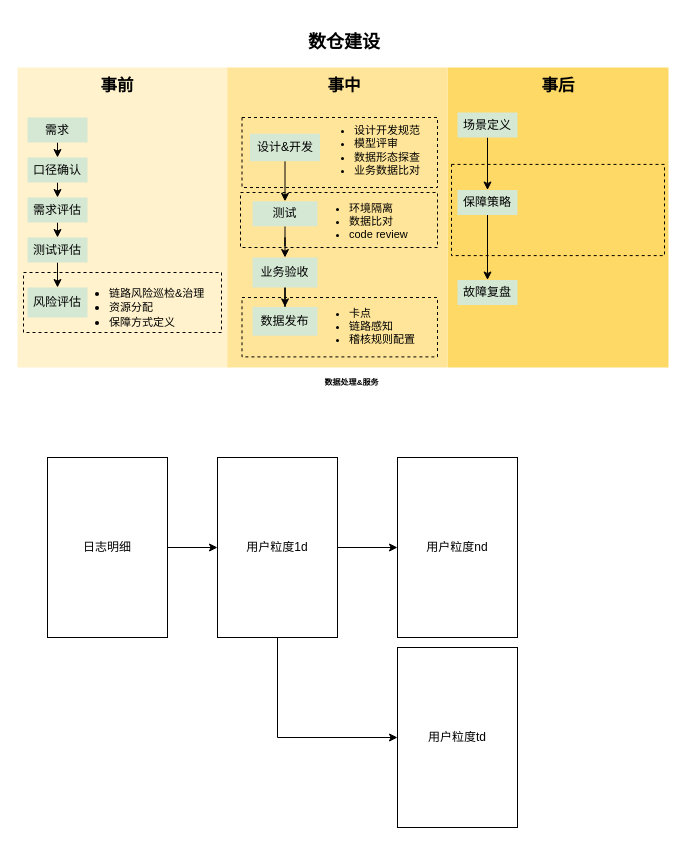
Above: yx流量模型治理.drawio in mineminemine123/work-wiki (draw.io), before the change. Source tidied: cells renumbered, new cells numbered last; positions are measured from the earlier drawing's top-left corner, leaving out a move shared by most shapes. Both pictures are drawn from the tidied source at 100%, with x=0, y=0 at pixel (17, 27).
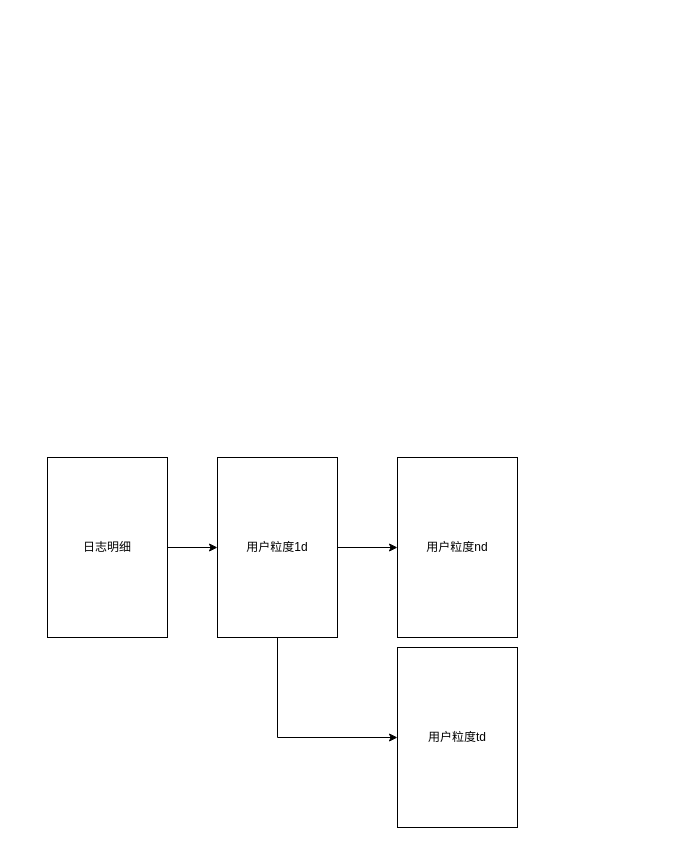
After the change.

Commit message:
更新yx流量模型治理.drawio

What changed in the source:
```diff
@@
-    <mxCell id="9" style="rounded=0;whiteSpace=wrap;html=1;dashed=1;fontSize=11;strokeColor=none;fillColor=#FFD966;fontColor=#1A1A1A;" parent="1" vertex="1">
-      <mxGeometry x="430" y="40" width="221" height="300" as="geometry" />
-    </mxCell>
-    <mxCell id="10" style="rounded=0;whiteSpace=wrap;html=1;dashed=1;fontSize=11;strokeColor=none;fillColor=#FFE599;fontColor=#1A1A1A;" parent="1" vertex="1">
-      <mxGeometry x="209" y="40" width="221" height="300" as="geometry" />
-    </mxCell>
-    <mxCell id="11" style="rounded=0;whiteSpace=wrap;html=1;dashed=1;fontSize=11;strokeColor=none;fillColor=#FFF2CC;fontColor=#1A1A1A;" parent="1" vertex="1">
-      <mxGeometry y="40" width="210" height="300" as="geometry" />
-    </mxCell>
-    <mxCell id="12" style="rounded=0;whiteSpace=wrap;html=1;dashed=1;fontSize=11;strokeColor=default;fillColor=none;" parent="1" vertex="1">
-      <mxGeometry x="223" y="165" width="197" height="55" as="geometry" />
-    </mxCell>
-    <mxCell id="13" value="&lt;h6&gt;数据处理&amp;amp;服务&lt;/h6&gt;" style="text;html=1;strokeColor=none;fillColor=none;align=center;verticalAlign=middle;whiteSpace=wrap;rounded=0;fontFamily=微软雅黑;" parent="1" vertex="1">
-      <mxGeometry x="256.5" y="340" width="155" height="30" as="geometry" />
-    </mxCell>
-    <mxCell id="14" value="&lt;h2&gt;数仓建设&lt;/h2&gt;" style="text;html=1;strokeColor=none;fillColor=none;align=center;verticalAlign=middle;whiteSpace=wrap;rounded=0;dashed=1;fontStyle=1;" parent="1" vertex="1">
-      <mxGeometry x="256.5" width="140" height="30" as="geometry" />
-    </mxCell>
-    <mxCell id="15" style="edgeStyle=orthogonalEdgeStyle;rounded=0;jettySize=auto;html=1;exitX=0.5;exitY=1;exitDx=0;exitDy=0;entryX=0.5;entryY=0;entryDx=0;entryDy=0;fillColor=#CC6600;" parent="1" edge="1" source="16" target="18">
-      <mxGeometry relative="1" as="geometry" />
-    </mxCell>
-    <mxCell id="16" value="口径确认" style="rounded=0;whiteSpace=wrap;html=1;strokeColor=none;fillColor=#D5E8D4;" parent="1" vertex="1">
-      <mxGeometry x="10" y="130" width="60" height="25" as="geometry" />
-    </mxCell>
-    <mxCell id="17" style="edgeStyle=orthogonalEdgeStyle;rounded=0;jettySize=auto;html=1;exitX=0.5;exitY=1;exitDx=0;exitDy=0;entryX=0.5;entryY=0;entryDx=0;entryDy=0;fontSize=11;fillColor=#CC6600;" parent="1" edge="1" source="18" target="20">
-      <mxGeometry relative="1" as="geometry" />
-    </mxCell>
-    <mxCell id="18" value="需求评估" style="rounded=0;whiteSpace=wrap;html=1;strokeColor=none;fillColor=#D5E8D4;" parent="1" vertex="1">
-      <mxGeometry x="10" y="170" width="60" height="25" as="geometry" />
-    </mxCell>
-    <mxCell id="19" style="edgeStyle=orthogonalEdgeStyle;rounded=0;jettySize=auto;html=1;exitX=0.5;exitY=1;exitDx=0;exitDy=0;fontFamily=微软雅黑;fontSize=11;fontColor=#000000;strokeColor=#000000;fillColor=#FFCC99;" parent="1" edge="1" source="20" target="46">
-      <mxGeometry relative="1" as="geometry" />
-    </mxCell>
-    <mxCell id="20" value="测试评估" style="rounded=0;whiteSpace=wrap;html=1;strokeColor=none;fillColor=#D5E8D4;" parent="1" vertex="1">
-      <mxGeometry x="10" y="210" width="60" height="25" as="geometry" />
-    </mxCell>
-    <mxCell id="21" style="edgeStyle=orthogonalEdgeStyle;rounded=0;jettySize=auto;html=1;exitX=0.5;exitY=1;exitDx=0;exitDy=0;entryX=0.5;entryY=0;entryDx=0;entryDy=0;fillColor=#CC6600;" parent="1" edge="1" source="22" target="16">
-      <mxGeometry relative="1" as="geometry" />
-    </mxCell>
-    <mxCell id="22" value="需求" style="rounded=0;whiteSpace=wrap;html=1;strokeColor=none;fillColor=#D5E8D4;" parent="1" vertex="1">
-      <mxGeometry x="10" y="90" width="60" height="25" as="geometry" />
-    </mxCell>
-    <mxCell id="23" style="edgeStyle=orthogonalEdgeStyle;rounded=0;jettySize=auto;html=1;exitX=0.5;exitY=1;exitDx=0;exitDy=0;fontSize=11;fillColor=#CC6600;" parent="1" edge="1" source="24" target="26">
-      <mxGeometry relative="1" as="geometry" />
-    </mxCell>
-    <mxCell id="24" value="测试" style="rounded=0;whiteSpace=wrap;html=1;strokeColor=none;fillColor=#D5E8D4;" parent="1" vertex="1">
-      <mxGeometry x="235" y="173.8" width="65" height="25" as="geometry" />
-    </mxCell>
-    <mxCell id="25" style="edgeStyle=orthogonalEdgeStyle;rounded=0;jettySize=auto;html=1;exitX=0.5;exitY=1;exitDx=0;exitDy=0;fontSize=11;fillColor=#CC6600;" parent="1" edge="1" source="26" target="27">
-      <mxGeometry relative="1" as="geometry" />
-    </mxCell>
-    <mxCell id="26" value="业务验收" style="rounded=0;whiteSpace=wrap;html=1;strokeColor=none;fillColor=#D5E8D4;" parent="1" vertex="1">
-      <mxGeometry x="235" y="230" width="65" height="30" as="geometry" />
-    </mxCell>
-    <mxCell id="27" value="数据发布" style="rounded=0;whiteSpace=wrap;html=1;strokeColor=none;fillColor=#D5E8D4;" parent="1" vertex="1">
-      <mxGeometry x="235" y="279.4" width="65" height="28.8" as="geometry" />
-    </mxCell>
-    <mxCell id="28" value="&lt;ul&gt;&lt;li&gt;环境隔离&lt;/li&gt;&lt;li&gt;数据比对&lt;/li&gt;&lt;li&gt;code review&lt;/li&gt;&lt;/ul&gt;" style="text;html=1;strokeColor=none;fillColor=none;align=left;verticalAlign=middle;whiteSpace=wrap;rounded=0;dashed=1;fontSize=11;" parent="1" vertex="1">
-      <mxGeometry x="290" y="170" width="114" height="48.8" as="geometry" />
-    </mxCell>
-    <mxCell id="29" value="&lt;div&gt;&lt;ul&gt;&lt;li&gt;&lt;span&gt;卡点&lt;/span&gt;&lt;/li&gt;&lt;li&gt;链路感知&lt;/li&gt;&lt;li&gt;稽核规则配置&lt;/li&gt;&lt;/ul&gt;&lt;/div&gt;" style="text;html=1;strokeColor=none;fillColor=none;align=left;verticalAlign=middle;whiteSpace=wrap;rounded=0;dashed=1;fontSize=11;" parent="1" vertex="1">
-      <mxGeometry x="290" y="280" width="114" height="38.8" as="geometry" />
-    </mxCell>
-    <mxCell id="30" value="&lt;div style=&quot;text-align: left&quot;&gt;&lt;ul&gt;&lt;li&gt;&lt;span&gt;设计开发规范&lt;/span&gt;&lt;/li&gt;&lt;li&gt;&lt;span&gt;模型评审&lt;/span&gt;&lt;/li&gt;&lt;li&gt;数据形态探查&lt;/li&gt;&lt;li&gt;业务数据比对&lt;/li&gt;&lt;/ul&gt;&lt;/div&gt;" style="text;html=1;strokeColor=none;fillColor=none;align=center;verticalAlign=middle;whiteSpace=wrap;rounded=0;dashed=1;fontSize=11;" parent="1" vertex="1">
-      <mxGeometry x="287" y="86.2" width="126" height="73.8" as="geometry" />
-    </mxCell>
-    <mxCell id="31" style="edgeStyle=orthogonalEdgeStyle;rounded=0;jettySize=auto;html=1;exitX=0.5;exitY=1;exitDx=0;exitDy=0;fontSize=11;fontColor=#000000;fillColor=#FFE599;" parent="1" edge="1" source="32" target="41">
-      <mxGeometry relative="1" as="geometry" />
-    </mxCell>
-    <mxCell id="32" value="保障策略" style="rounded=0;whiteSpace=wrap;html=1;strokeColor=none;fillColor=#D5E8D4;" parent="1" vertex="1">
-      <mxGeometry x="440" y="162.5" width="60" height="25" as="geometry" />
-    </mxCell>
-    <mxCell id="33" value="&lt;h2&gt;事前&lt;/h2&gt;" style="text;html=1;strokeColor=none;fillColor=none;align=center;verticalAlign=middle;whiteSpace=wrap;rounded=0;dashed=1;fontSize=11;" parent="1" vertex="1">
-      <mxGeometry x="70" y="43" width="60" height="30" as="geometry" />
-    </mxCell>
-    <mxCell id="34" value="&lt;h2&gt;事中&lt;/h2&gt;" style="text;html=1;strokeColor=none;fillColor=none;align=center;verticalAlign=middle;whiteSpace=wrap;rounded=0;dashed=1;fontSize=11;" parent="1" vertex="1">
-      <mxGeometry x="296.5" y="43" width="60" height="30" as="geometry" />
-    </mxCell>
-    <mxCell id="35" style="edgeStyle=orthogonalEdgeStyle;rounded=0;jettySize=auto;html=1;exitX=0.5;exitY=1;exitDx=0;exitDy=0;entryX=0.5;entryY=0;entryDx=0;entryDy=0;fontSize=11;fillColor=#CC6600;" parent="1" edge="1" source="37" target="24">
-      <mxGeometry relative="1" as="geometry" />
-    </mxCell>
-    <mxCell id="36" style="rounded=0;whiteSpace=wrap;html=1;dashed=1;fontSize=11;strokeColor=default;fillColor=none;" parent="1" vertex="1">
-      <mxGeometry x="224.5" y="90" width="195.5" height="70" as="geometry" />
-    </mxCell>
-    <mxCell id="37" value="设计&amp;amp;开发" style="rounded=0;whiteSpace=wrap;html=1;strokeColor=none;fillColor=#D5E8D4;" parent="1" vertex="1">
-      <mxGeometry x="232.5" y="106.2" width="70" height="27.5" as="geometry" />
-    </mxCell>
-    <mxCell id="38" style="edgeStyle=orthogonalEdgeStyle;rounded=0;jettySize=auto;html=1;exitX=0.5;exitY=1;exitDx=0;exitDy=0;fontSize=11;fontColor=#000000;fillColor=#CC6600;" parent="1" edge="1" source="39" target="32">
-      <mxGeometry relative="1" as="geometry" />
-    </mxCell>
-    <mxCell id="39" value="场景定义" style="rounded=0;whiteSpace=wrap;html=1;strokeColor=none;fillColor=#D5E8D4;" parent="1" vertex="1">
-      <mxGeometry x="440" y="85" width="60" height="25" as="geometry" />
-    </mxCell>
-    <mxCell id="40" style="rounded=0;whiteSpace=wrap;html=1;dashed=1;fontSize=11;strokeColor=default;fillColor=none;" parent="1" vertex="1">
-      <mxGeometry x="224.5" y="270" width="195.5" height="59.4" as="geometry" />
-    </mxCell>
-    <mxCell id="41" value="故障复盘" style="rounded=0;whiteSpace=wrap;html=1;strokeColor=none;fillColor=#D5E8D4;" parent="1" vertex="1">
-      <mxGeometry x="440" y="252.5" width="60" height="25" as="geometry" />
-    </mxCell>
-    <mxCell id="42" style="rounded=0;whiteSpace=wrap;html=1;dashed=1;fontSize=11;strokeColor=default;fillColor=none;" parent="1" vertex="1">
-      <mxGeometry x="434" y="136.9" width="213" height="91.2" as="geometry" />
-    </mxCell>
-    <mxCell id="43" value="&lt;h2&gt;事后&lt;/h2&gt;" style="text;html=1;strokeColor=none;fillColor=none;align=center;verticalAlign=middle;whiteSpace=wrap;rounded=0;dashed=1;fontSize=11;" parent="1" vertex="1">
-      <mxGeometry x="510.5" y="43" width="60" height="30" as="geometry" />
-    </mxCell>
-    <mxCell id="44" style="rounded=0;whiteSpace=wrap;html=1;dashed=1;fontSize=11;strokeColor=default;fillColor=none;" parent="1" vertex="1">
-      <mxGeometry x="6" y="245" width="198" height="60" as="geometry" />
-    </mxCell>
-    <mxCell id="45" value="&lt;ul&gt;&lt;li&gt;&lt;font style=&quot;font-size: 11px&quot;&gt;链路风险巡检&amp;amp;治理&lt;/font&gt;&lt;/li&gt;&lt;li&gt;&lt;font style=&quot;font-size: 11px&quot;&gt;资源分配&lt;/font&gt;&lt;/li&gt;&lt;li&gt;&lt;font style=&quot;font-size: 11px&quot;&gt;保障方式定义&lt;/font&gt;&lt;/li&gt;&lt;/ul&gt;" style="text;html=1;strokeColor=none;fillColor=none;align=left;verticalAlign=middle;whiteSpace=wrap;rounded=0;dashed=1;" parent="1" vertex="1">
-      <mxGeometry x="50" y="260" width="230" height="40" as="geometry" />
-    </mxCell>
-    <mxCell id="46" value="风险&lt;font face=&quot;微软雅黑&quot;&gt;评估&lt;/font&gt;" style="rounded=0;whiteSpace=wrap;html=1;strokeColor=none;fillColor=#D5E8D4;" parent="1" vertex="1">
-      <mxGeometry x="10" y="260" width="60" height="30" as="geometry" />
-    </mxCell>
```
